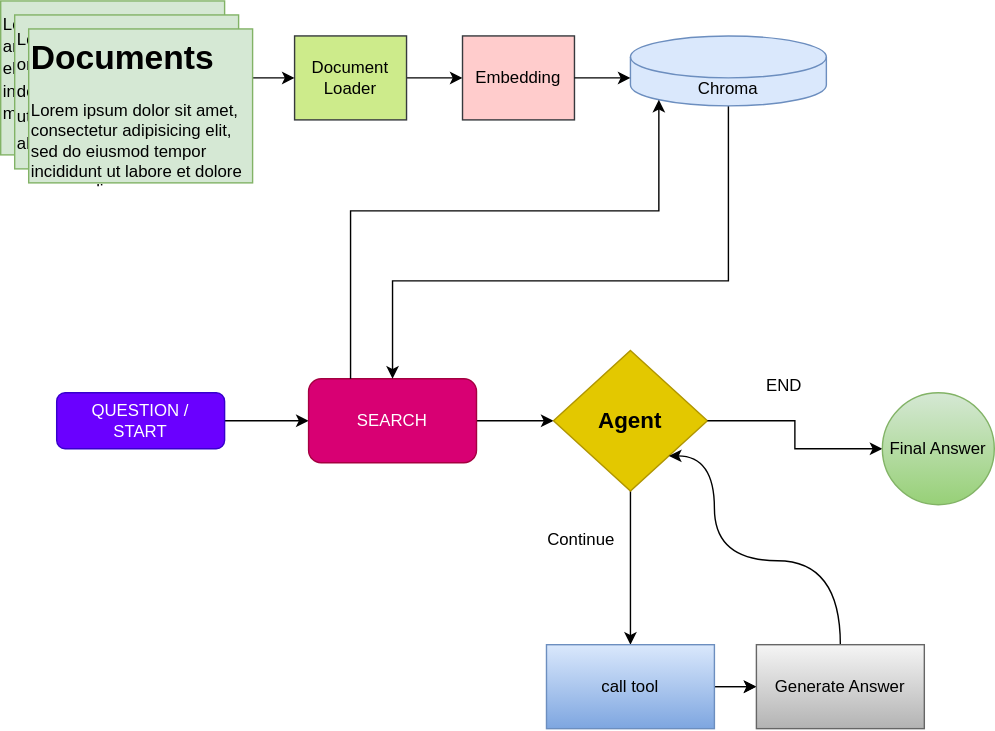
Above: topo.drawio.svg in manojmanivannan/agent_rag_tools (draw.io), before the change. Source tidied: cells renumbered, new cells last; positions are measured from the earlier drawing's top-left corner, leaving out a move shared by most shapes. Its diagram source:
```xml
<mxGraphModel>
  <root>
    <mxCell id="0" />
    <mxCell id="1" parent="0" />
    <mxCell id="2" style="edgeStyle=orthogonalEdgeStyle;rounded=0;jettySize=auto;html=1;exitX=1;exitY=0.5;exitDx=0;exitDy=0;entryX=0;entryY=0.5;entryDx=0;entryDy=0;" parent="1" edge="1" source="3" target="5">
      <mxGeometry relative="1" as="geometry" />
    </mxCell>
    <mxCell id="3" value="QUESTION /&lt;div&gt;START&lt;/div&gt;" style="rounded=1;whiteSpace=wrap;html=1;fillColor=#6a00ff;fontColor=#ffffff;strokeColor=#3700CC;" parent="1" vertex="1">
      <mxGeometry x="40" y="280" width="120" height="40" as="geometry" />
    </mxCell>
    <mxCell id="4" style="edgeStyle=orthogonalEdgeStyle;rounded=0;jettySize=auto;html=1;exitX=1;exitY=0.5;exitDx=0;exitDy=0;" parent="1" edge="1" source="5" target="15">
      <mxGeometry relative="1" as="geometry" />
    </mxCell>
    <mxCell id="5" value="SEARCH" style="rounded=1;whiteSpace=wrap;html=1;fillColor=#d80073;fontColor=#ffffff;strokeColor=#A50040;" parent="1" vertex="1">
      <mxGeometry x="220" y="270" width="120" height="60" as="geometry" />
    </mxCell>
    <mxCell id="6" style="edgeStyle=orthogonalEdgeStyle;rounded=0;jettySize=auto;html=1;exitX=1;exitY=0.5;exitDx=0;exitDy=0;entryX=0;entryY=0.5;entryDx=0;entryDy=0;" parent="1" edge="1" source="7" target="9">
      <mxGeometry relative="1" as="geometry" />
    </mxCell>
    <mxCell id="7" value="Document Loader" style="rounded=0;whiteSpace=wrap;html=1;fillColor=#cdeb8b;strokeColor=#36393d;" parent="1" vertex="1">
      <mxGeometry x="210" y="25" width="80" height="60" as="geometry" />
    </mxCell>
    <mxCell id="8" style="edgeStyle=orthogonalEdgeStyle;rounded=0;jettySize=auto;html=1;exitX=1;exitY=0.5;exitDx=0;exitDy=0;entryX=0;entryY=0.5;entryDx=0;entryDy=0;" parent="1" edge="1" source="26" target="7">
      <mxGeometry relative="1" as="geometry" />
    </mxCell>
    <mxCell id="9" value="Embedding" style="rounded=0;whiteSpace=wrap;html=1;fillColor=#ffcccc;strokeColor=#36393d;" parent="1" vertex="1">
      <mxGeometry x="330" y="25" width="80" height="60" as="geometry" />
    </mxCell>
    <mxCell id="10" style="edgeStyle=orthogonalEdgeStyle;rounded=0;jettySize=auto;html=1;entryX=0.5;entryY=0;entryDx=0;entryDy=0;" parent="1" edge="1" source="11" target="5">
      <mxGeometry relative="1" as="geometry">
        <Array as="points">
          <mxPoint x="520" y="200" />
          <mxPoint x="280" y="200" />
        </Array>
      </mxGeometry>
    </mxCell>
    <mxCell id="11" value="Chroma" style="shape=cylinder3;whiteSpace=wrap;html=1;boundedLbl=1;backgroundOutline=1;size=15;fillColor=#dae8fc;strokeColor=#6c8ebf;" parent="1" vertex="1">
      <mxGeometry x="450" y="25" width="140" height="50" as="geometry" />
    </mxCell>
    <mxCell id="12" style="edgeStyle=orthogonalEdgeStyle;rounded=0;jettySize=auto;html=1;exitX=1;exitY=0.5;exitDx=0;exitDy=0;entryX=0;entryY=0;entryDx=0;entryDy=30;entryPerimeter=0;" parent="1" edge="1" source="9" target="11">
      <mxGeometry relative="1" as="geometry" />
    </mxCell>
    <mxCell id="13" style="edgeStyle=orthogonalEdgeStyle;rounded=0;jettySize=auto;html=1;exitX=0.25;exitY=0;exitDx=0;exitDy=0;entryX=0.145;entryY=1;entryDx=0;entryDy=-4.35;entryPerimeter=0;" parent="1" edge="1" source="5" target="11">
      <mxGeometry relative="1" as="geometry">
        <Array as="points">
          <mxPoint x="250" y="150" />
          <mxPoint x="470" y="150" />
        </Array>
      </mxGeometry>
    </mxCell>
    <mxCell id="14" style="edgeStyle=orthogonalEdgeStyle;rounded=0;jettySize=auto;html=1;" parent="1" edge="1" source="15" target="18">
      <mxGeometry relative="1" as="geometry" />
    </mxCell>
    <mxCell id="15" value="Agent" style="rhombus;whiteSpace=wrap;html=1;fontStyle=1;fontSize=16;fillColor=#e3c800;fontColor=#000000;strokeColor=#B09500;" parent="1" vertex="1">
      <mxGeometry x="395" y="249.8" width="110" height="100.3" as="geometry" />
    </mxCell>
    <mxCell id="16" style="edgeStyle=orthogonalEdgeStyle;rounded=0;jettySize=auto;html=1;" parent="1" edge="1" source="18" target="20">
      <mxGeometry relative="1" as="geometry" />
    </mxCell>
    <mxCell id="17" style="edgeStyle=orthogonalEdgeStyle;rounded=0;jettySize=auto;html=1;" parent="1" edge="1" source="18" target="20">
      <mxGeometry relative="1" as="geometry" />
    </mxCell>
    <mxCell id="18" value="call tool" style="whiteSpace=wrap;html=1;fillColor=#dae8fc;gradientColor=#7ea6e0;strokeColor=#6c8ebf;" parent="1" vertex="1">
      <mxGeometry x="390" y="460" width="120" height="60" as="geometry" />
    </mxCell>
    <mxCell id="19" style="edgeStyle=orthogonalEdgeStyle;rounded=0;jettySize=auto;html=1;entryX=1;entryY=1;entryDx=0;entryDy=0;curved=1;" parent="1" edge="1" source="20" target="15">
      <mxGeometry relative="1" as="geometry">
        <Array as="points">
          <mxPoint x="600" y="400" />
          <mxPoint x="510" y="400" />
          <mxPoint x="510" y="325" />
        </Array>
      </mxGeometry>
    </mxCell>
    <mxCell id="20" value="Generate Answer" style="whiteSpace=wrap;html=1;fillColor=#f5f5f5;gradientColor=#b3b3b3;strokeColor=#666666;" parent="1" vertex="1">
      <mxGeometry x="540" y="460" width="120" height="60" as="geometry" />
    </mxCell>
    <mxCell id="21" style="edgeStyle=orthogonalEdgeStyle;rounded=0;jettySize=auto;html=1;exitX=1;exitY=0.5;exitDx=0;exitDy=0;" parent="1" edge="1" source="15" target="24">
      <mxGeometry relative="1" as="geometry" />
    </mxCell>
    <mxCell id="22" value="END" style="text;html=1;align=center;verticalAlign=middle;whiteSpace=wrap;rounded=0;" parent="1" vertex="1">
      <mxGeometry x="530" y="260" width="60" height="30" as="geometry" />
    </mxCell>
    <mxCell id="23" value="Continue" style="text;html=1;align=center;verticalAlign=middle;whiteSpace=wrap;rounded=0;" parent="1" vertex="1">
      <mxGeometry x="385" y="370" width="60" height="30" as="geometry" />
    </mxCell>
    <mxCell id="24" value="Final Answer" style="ellipse;whiteSpace=wrap;html=1;fillColor=#d5e8d4;gradientColor=#97d077;strokeColor=#82b366;" parent="1" vertex="1">
      <mxGeometry x="630" y="280" width="80" height="80" as="geometry" />
    </mxCell>
    <mxCell id="25" style="group;" parent="1" vertex="1">
      <mxGeometry width="180" height="130" as="geometry" />
    </mxCell>
    <mxCell id="26" value="&lt;h1 style=&quot;margin-top: 0px; line-height: 50%;&quot;&gt;&lt;span style=&quot;background-color: initial; font-size: 12px; font-weight: normal;&quot;&gt;Lorem ipsum dolor sit amet,onsectetur adipisicing elit, sed do eiusmod tempor incididunt ut labore et dolore magna aliqua.&lt;/span&gt;&lt;br&gt;&lt;/h1&gt;" style="text;html=1;whiteSpace=wrap;overflow=hidden;rounded=0;strokeColor=#82b366;fillColor=#d5e8d4;" parent="25" vertex="1">
      <mxGeometry width="160" height="110" as="geometry" />
    </mxCell>
    <mxCell id="27" value="&lt;h1 style=&quot;margin-top: 0px; line-height: 60%;&quot;&gt;&lt;span style=&quot;background-color: initial; font-size: 12px; font-weight: normal;&quot;&gt;Lorem ipsum dolor sit amet, onsectetur adipisicing elit, ed do eiusmod tempor incididunt ut labore et dolore magna aliqua.&lt;/span&gt;&lt;br&gt;&lt;/h1&gt;" style="text;html=1;whiteSpace=wrap;overflow=hidden;rounded=0;strokeColor=#82b366;fillColor=#d5e8d4;" parent="25" vertex="1">
      <mxGeometry x="10" y="10" width="160" height="110" as="geometry" />
    </mxCell>
    <mxCell id="28" value="&lt;h1 style=&quot;margin-top: 0px;&quot;&gt;Documents&lt;/h1&gt;&lt;p&gt;Lorem ipsum dolor sit amet, consectetur adipisicing elit, sed do eiusmod tempor incididunt ut labore et dolore magna aliqua.&lt;/p&gt;" style="text;html=1;whiteSpace=wrap;overflow=hidden;rounded=0;strokeColor=#82b366;fillColor=#d5e8d4;" parent="25" vertex="1">
      <mxGeometry x="20" y="20" width="160" height="110" as="geometry" />
    </mxCell>
  </root>
</mxGraphModel>
```
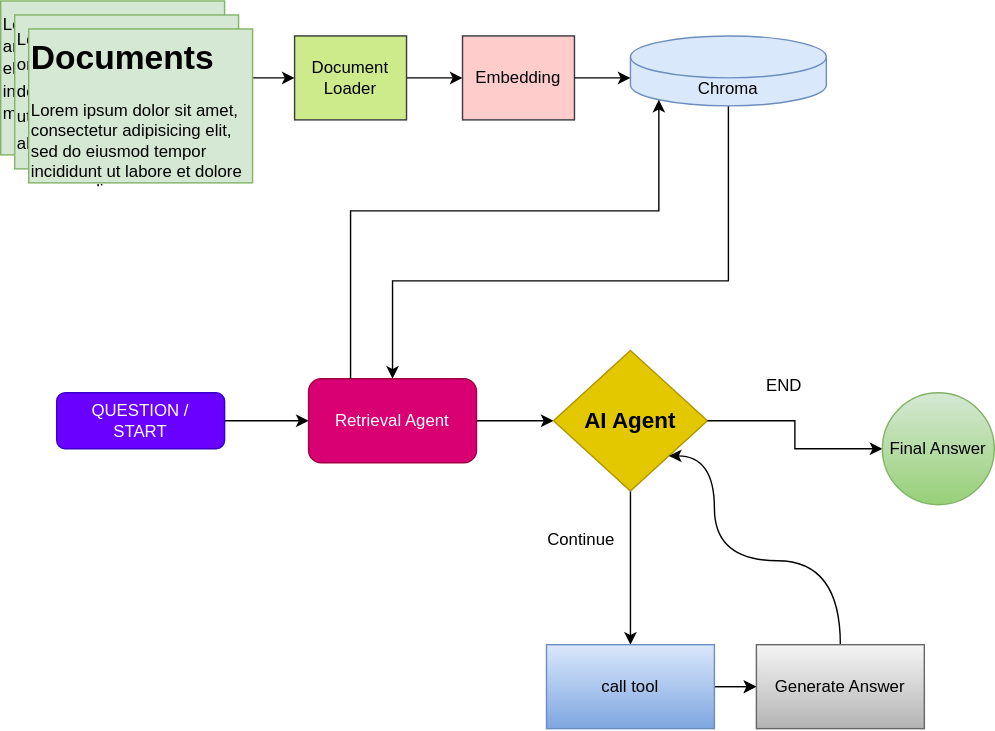
Above is the later version.

Change to the diagram source:
```diff
@@ -11,7 +11,7 @@
     <mxCell id="4" style="edgeStyle=orthogonalEdgeStyle;rounded=0;jettySize=auto;html=1;exitX=1;exitY=0.5;exitDx=0;exitDy=0;" parent="1" edge="1" source="5" target="15">
       <mxGeometry relative="1" as="geometry" />
     </mxCell>
-    <mxCell id="5" value="SEARCH" style="rounded=1;whiteSpace=wrap;html=1;fillColor=#d80073;fontColor=#ffffff;strokeColor=#A50040;" parent="1" vertex="1">
+    <mxCell id="5" value="Retrieval Agent" style="rounded=1;whiteSpace=wrap;html=1;fillColor=#d80073;fontColor=#ffffff;strokeColor=#A50040;" parent="1" vertex="1">
       <mxGeometry x="220" y="270" width="120" height="60" as="geometry" />
     </mxCell>
     <mxCell id="6" style="edgeStyle=orthogonalEdgeStyle;rounded=0;jettySize=auto;html=1;exitX=1;exitY=0.5;exitDx=0;exitDy=0;entryX=0;entryY=0.5;entryDx=0;entryDy=0;" parent="1" edge="1" source="7" target="9">
@@ -51,7 +51,7 @@
     <mxCell id="14" style="edgeStyle=orthogonalEdgeStyle;rounded=0;jettySize=auto;html=1;" parent="1" edge="1" source="15" target="18">
       <mxGeometry relative="1" as="geometry" />
     </mxCell>
-    <mxCell id="15" value="Agent" style="rhombus;whiteSpace=wrap;html=1;fontStyle=1;fontSize=16;fillColor=#e3c800;fontColor=#000000;strokeColor=#B09500;" parent="1" vertex="1">
+    <mxCell id="15" value="AI Agent" style="rhombus;whiteSpace=wrap;html=1;fontStyle=1;fontSize=16;fillColor=#e3c800;fontColor=#000000;strokeColor=#B09500;" parent="1" vertex="1">
       <mxGeometry x="395" y="249.8" width="110" height="100.3" as="geometry" />
     </mxCell>
     <mxCell id="16" style="edgeStyle=orthogonalEdgeStyle;rounded=0;jettySize=auto;html=1;" parent="1" edge="1" source="18" target="20">
```
